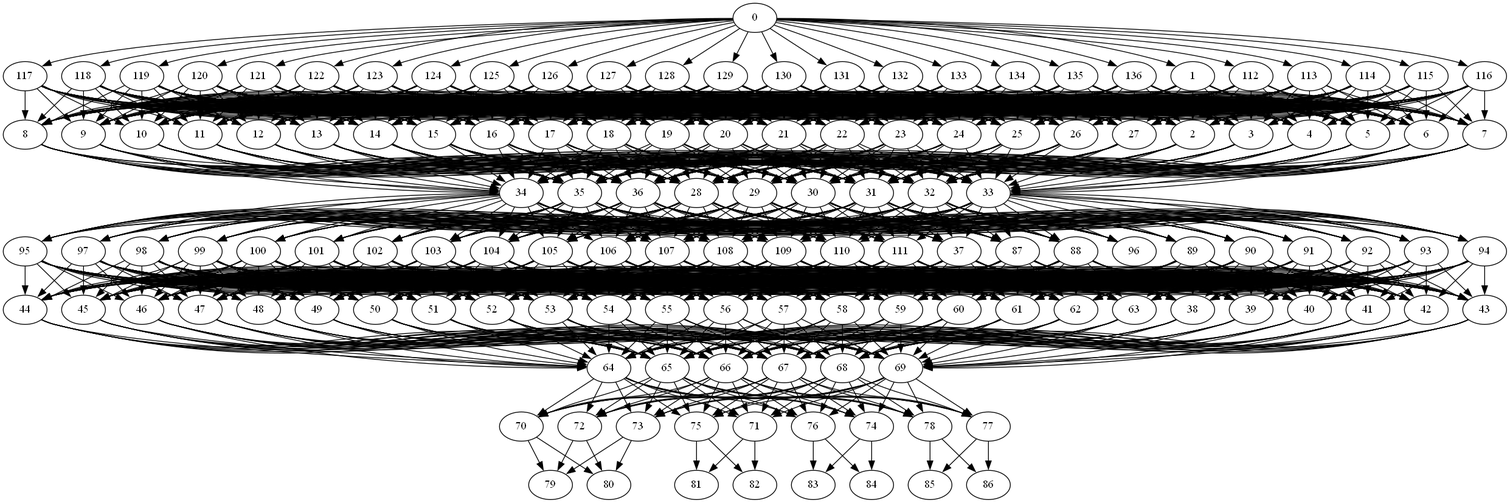
This is www.baidu.comdirected_graph.png from Asikl/MazeMapper, a Graphviz export, as it was before one commit. Its source is kept beside it as www.baidu.comdirected_graph.dot.
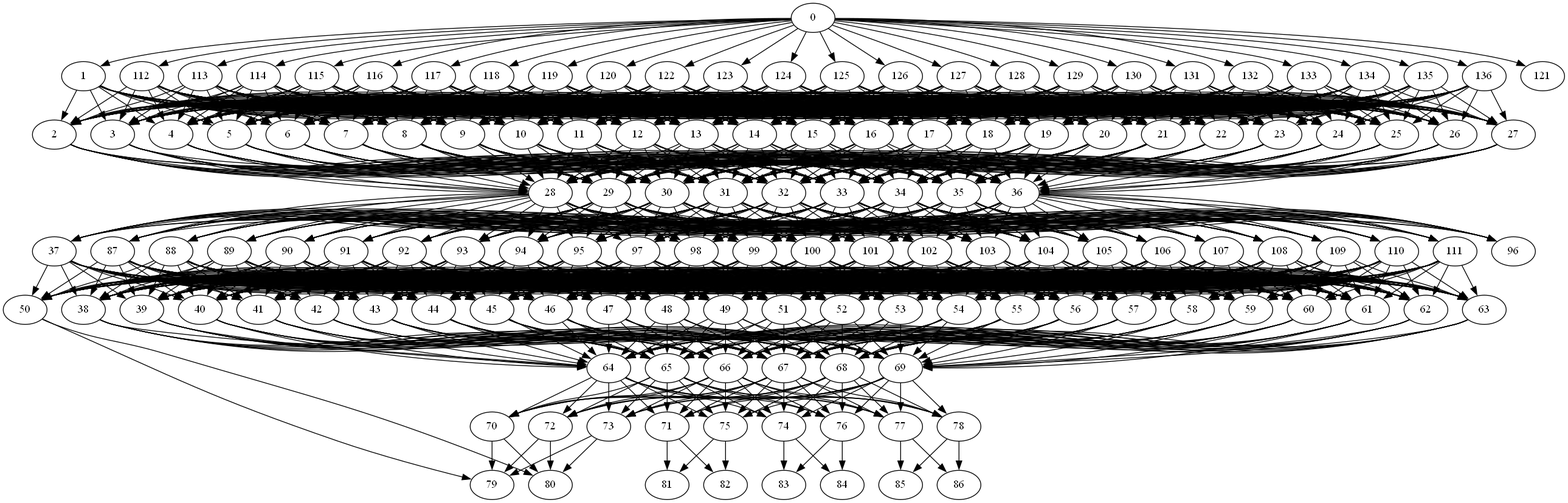
The same file after the commit.

What changed in the source:
```diff
@@ -617,12 +617,8 @@
 	49 -> 67;
 	49 -> 68;
 	49 -> 69;
-	50 -> 64;
-	50 -> 65;
-	50 -> 66;
-	50 -> 67;
-	50 -> 68;
-	50 -> 69;
+	50 -> 79;
+	50 -> 80;
 	51 -> 64;
 	51 -> 65;
 	51 -> 66;
@@ -1631,32 +1627,6 @@
 	120 -> 25;
 	120 -> 26;
 	120 -> 27;
-	121 -> 2;
-	121 -> 3;
-	121 -> 4;
-	121 -> 5;
-	121 -> 6;
-	121 -> 7;
-	121 -> 8;
-	121 -> 9;
-	121 -> 10;
-	121 -> 11;
-	121 -> 12;
-	121 -> 13;
-	121 -> 14;
-	121 -> 15;
-	121 -> 16;
-	121 -> 17;
-	121 -> 18;
-	121 -> 19;
-	121 -> 20;
-	121 -> 21;
-	121 -> 22;
-	121 -> 23;
-	121 -> 24;
-	121 -> 25;
-	121 -> 26;
-	121 -> 27;
 	122 -> 2;
 	122 -> 3;
 	122 -> 4;
```
